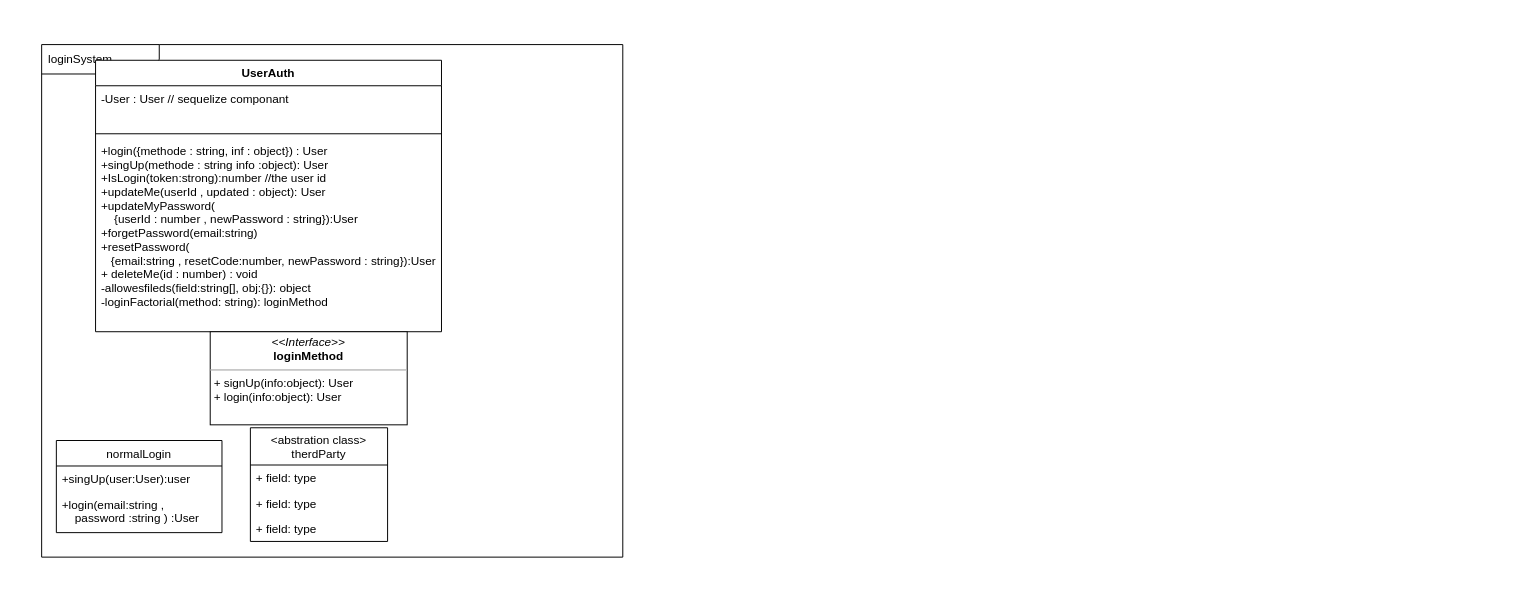
Earlier version of the draw.io diagram design/classes.drawio (abdullah-zakarya/car-part). Source tidied: cells renumbered, new cells numbered last; positions are measured from the earlier drawing's top-left corner, leaving out a move shared by most shapes. Both pictures are drawn from the tidied source at 98%, with x=0, y=0 at pixel (41, 44).
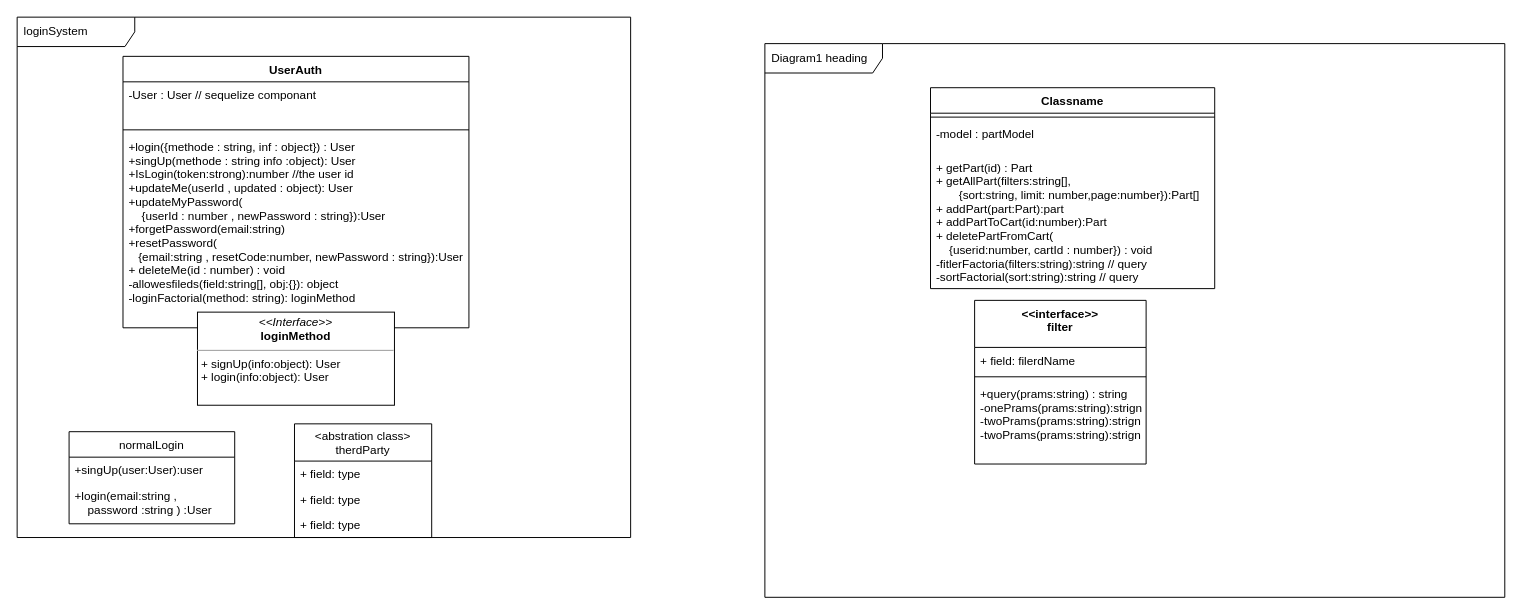
The same diagram, later.

What changed in the source:
```diff
@@
     <mxCell id="2" value="loginSystem" style="shape=umlFrame;whiteSpace=wrap;html=1;width=120;height=30;boundedLbl=1;verticalAlign=middle;align=left;spacingLeft=5;" parent="1" vertex="1">
-      <mxGeometry width="593" height="523" as="geometry" />
+      <mxGeometry x="-25" y="-28" width="626" height="531" as="geometry" />
     </mxCell>
     <mxCell id="3" value="UserAuth" style="swimlane;fontStyle=1;align=center;verticalAlign=top;horizontal=1;startSize=26;" parent="1" vertex="1">
-      <mxGeometry x="55" y="16" width="353" height="277" as="geometry" />
+      <mxGeometry x="83" y="12" width="353" height="277" as="geometry" />
     </mxCell>
@@
     <mxCell id="7" value="&lt;p style=&quot;margin:0px;margin-top:4px;text-align:center;&quot;&gt;&lt;i&gt;&amp;lt;&amp;lt;Interface&amp;gt;&amp;gt;&lt;/i&gt;&lt;br&gt;&lt;b&gt;loginMethod&lt;/b&gt;&lt;/p&gt;&lt;hr size=&quot;1&quot;&gt;&lt;p style=&quot;margin:0px;margin-left:4px;&quot;&gt;&lt;/p&gt;&lt;p style=&quot;margin:0px;margin-left:4px;&quot;&gt;+ signUp(info:object): User&lt;br&gt;+ login(info:object): User&lt;/p&gt;" style="verticalAlign=top;align=left;overflow=fill;fontSize=12;fontFamily=Helvetica;html=1;" parent="1" vertex="1">
-      <mxGeometry x="172" y="293" width="201" height="95" as="geometry" />
+      <mxGeometry x="159" y="273" width="201" height="95" as="geometry" />
     </mxCell>
     <mxCell id="8" value="normalLogin" style="swimlane;fontStyle=0;horizontal=1;startSize=26;fillColor=none;" parent="1" vertex="1">
-      <mxGeometry x="15" y="404" width="169" height="94" as="geometry" />
+      <mxGeometry x="28" y="395" width="169" height="94" as="geometry" />
     </mxCell>
@@
     <mxCell id="11" value="&lt;abstration class&gt;&#10;therdParty" style="swimlane;fontStyle=0;horizontal=1;startSize=38;fillColor=none;" parent="1" vertex="1">
-      <mxGeometry x="213" y="391" width="140" height="116" as="geometry" />
+      <mxGeometry x="258" y="387" width="140" height="116" as="geometry" />
     </mxCell>
@@
+    <mxCell id="15" value="Diagram1 heading" style="shape=umlFrame;whiteSpace=wrap;html=1;width=120;height=30;boundedLbl=1;verticalAlign=middle;align=left;spacingLeft=5;" parent="1" vertex="1">
+      <mxGeometry x="738" y="-1" width="755" height="565" as="geometry" />
+    </mxCell>
+    <mxCell id="16" value="Classname" style="swimlane;fontStyle=1;align=center;verticalAlign=top;horizontal=1;startSize=26;" parent="1" vertex="1">
+      <mxGeometry x="907" y="44" width="290" height="205" as="geometry" />
+    </mxCell>
+    <mxCell id="17" style="line;strokeWidth=1;fillColor=none;align=left;verticalAlign=middle;spacingTop=-1;spacingLeft=3;spacingRight=3;labelPosition=right;strokeColor=inherit;" parent="16" vertex="1">
+      <mxGeometry y="26" width="290" height="8" as="geometry" />
+    </mxCell>
+    <mxCell id="18" value="-model : partModel " style="text;strokeColor=none;fillColor=none;align=left;verticalAlign=top;spacingLeft=4;spacingRight=4;overflow=hidden;" parent="16" vertex="1">
+      <mxGeometry y="34" width="290" height="34" as="geometry" />
+    </mxCell>
+    <mxCell id="19" value="+ getPart(id) : Part &#10;+ getAllPart(filters:string[],&#10;       {sort:string, limit: number,page:number}):Part[]&#10;+ addPart(part:Part):part&#10;+ addPartToCart(id:number):Part&#10;+ deletePartFromCart(&#10;    {userid:number, cartId : number}) : void&#10;-fitlerFactoria(filters:string):string // query&#10;-sortFactorial(sort:string):string // query&#10;&#10;" style="text;strokeColor=none;fillColor=none;align=left;verticalAlign=top;spacingLeft=4;spacingRight=4;overflow=hidden;" parent="16" vertex="1">
+      <mxGeometry y="68" width="290" height="137" as="geometry" />
+    </mxCell>
+    <mxCell id="20" value="&lt;&lt;interface&gt;&gt;&#10;filter" style="swimlane;fontStyle=1;align=center;verticalAlign=top;horizontal=1;startSize=48;" parent="1" vertex="1">
+      <mxGeometry x="952" y="261" width="175" height="167" as="geometry" />
+    </mxCell>
+    <mxCell id="21" value="+ field: filerdName  " style="text;strokeColor=none;fillColor=none;align=left;verticalAlign=top;spacingLeft=4;spacingRight=4;overflow=hidden;" parent="20" vertex="1">
+      <mxGeometry y="48" width="175" height="26" as="geometry" />
+    </mxCell>
+    <mxCell id="22" style="line;strokeWidth=1;fillColor=none;align=left;verticalAlign=middle;spacingTop=-1;spacingLeft=3;spacingRight=3;labelPosition=right;strokeColor=inherit;" parent="20" vertex="1">
+      <mxGeometry y="74" width="175" height="8" as="geometry" />
+    </mxCell>
+    <mxCell id="23" value="+query(prams:string) : string&#10;-onePrams(prams:string):strign&#10;-twoPrams(prams:string):strign&#10;-twoPrams(prams:string):strign" style="text;strokeColor=none;fillColor=none;align=left;verticalAlign=top;spacingLeft=4;spacingRight=4;overflow=hidden;" parent="20" vertex="1">
+      <mxGeometry y="82" width="175" height="85" as="geometry" />
+    </mxCell>
```
